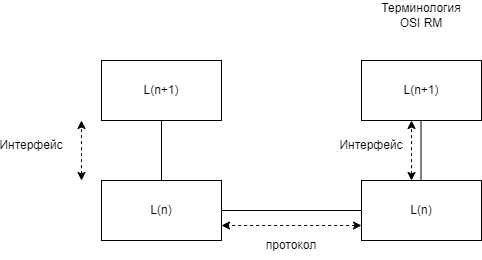
The draw.io diagram seti_protocol.png in ksinph/PSTU_LABS_2023, before a commit. Source tidied: cells renumbered, new cells last; positions are measured from the earlier drawing's top-left corner, leaving out a move shared by most shapes. The source it was exported from:
```xml
<mxGraphModel>
  <root>
    <mxCell id="0" />
    <mxCell id="1" parent="0" />
    <mxCell id="2" value="L(n+1)" style="rounded=0;whiteSpace=wrap;html=1;" parent="1" vertex="1">
      <mxGeometry x="100" y="60" width="120" height="60" as="geometry" />
    </mxCell>
    <mxCell id="3" value="L(n+1)" style="rounded=0;whiteSpace=wrap;html=1;" parent="1" vertex="1">
      <mxGeometry x="360" y="60" width="120" height="60" as="geometry" />
    </mxCell>
    <mxCell id="4" value="L(n)" style="rounded=0;whiteSpace=wrap;html=1;" parent="1" vertex="1">
      <mxGeometry x="100" y="180" width="120" height="60" as="geometry" />
    </mxCell>
    <mxCell id="5" value="L(n)" style="rounded=0;whiteSpace=wrap;html=1;" parent="1" vertex="1">
      <mxGeometry x="360" y="180" width="120" height="60" as="geometry" />
    </mxCell>
    <mxCell id="6" style="endArrow=none;html=1;rounded=0;entryX=0.5;entryY=1;entryDx=0;entryDy=0;exitX=0.5;exitY=0;exitDx=0;exitDy=0;" parent="1" edge="1" source="4" target="2">
      <mxGeometry relative="1" as="geometry" />
    </mxCell>
    <mxCell id="7" style="endArrow=none;html=1;rounded=0;entryX=0.5;entryY=1;entryDx=0;entryDy=0;exitX=0.5;exitY=0;exitDx=0;exitDy=0;" parent="1" edge="1">
      <mxGeometry relative="1" as="geometry">
        <mxPoint x="419.5" y="180" as="sourcePoint" />
        <mxPoint x="419.5" y="120" as="targetPoint" />
      </mxGeometry>
    </mxCell>
    <mxCell id="8" style="endArrow=none;html=1;rounded=0;entryX=1;entryY=0.5;entryDx=0;entryDy=0;exitX=0;exitY=0.5;exitDx=0;exitDy=0;" parent="1" edge="1" source="5" target="4">
      <mxGeometry relative="1" as="geometry" />
    </mxCell>
    <mxCell id="9" style="endArrow=classic;startArrow=classic;html=1;rounded=0;dashed=1;" parent="1" edge="1">
      <mxGeometry relative="1" as="geometry">
        <mxPoint x="80" y="180" as="sourcePoint" />
        <mxPoint x="80" y="120" as="targetPoint" />
      </mxGeometry>
    </mxCell>
    <mxCell id="10" style="endArrow=classic;startArrow=classic;html=1;rounded=0;entryX=1;entryY=0.75;entryDx=0;entryDy=0;exitX=0;exitY=0.75;exitDx=0;exitDy=0;dashed=1;" parent="1" edge="1" source="5" target="4">
      <mxGeometry relative="1" as="geometry" />
    </mxCell>
    <mxCell id="11" value="Интерфейс" style="text;html=1;align=center;verticalAlign=middle;whiteSpace=wrap;rounded=0;" parent="1" vertex="1">
      <mxGeometry y="130" width="60" height="30" as="geometry" />
    </mxCell>
    <mxCell id="12" value="Интерфейс" style="text;html=1;align=center;verticalAlign=middle;whiteSpace=wrap;rounded=0;" parent="1" vertex="1">
      <mxGeometry x="340" y="130" width="60" height="30" as="geometry" />
    </mxCell>
    <mxCell id="13" value="протокол" style="text;html=1;align=center;verticalAlign=middle;whiteSpace=wrap;rounded=0;" parent="1" vertex="1">
      <mxGeometry x="260" y="230" width="60" height="30" as="geometry" />
    </mxCell>
    <mxCell id="14" value="Терминология OSI RM" style="text;html=1;align=center;verticalAlign=middle;whiteSpace=wrap;rounded=0;" parent="1" vertex="1">
      <mxGeometry x="390" width="60" height="30" as="geometry" />
    </mxCell>
    <mxCell id="15" style="endArrow=classic;startArrow=classic;html=1;rounded=0;dashed=1;" parent="1" edge="1">
      <mxGeometry relative="1" as="geometry">
        <mxPoint x="410" y="180" as="sourcePoint" />
        <mxPoint x="410" y="120" as="targetPoint" />
      </mxGeometry>
    </mxCell>
  </root>
</mxGraphModel>
```
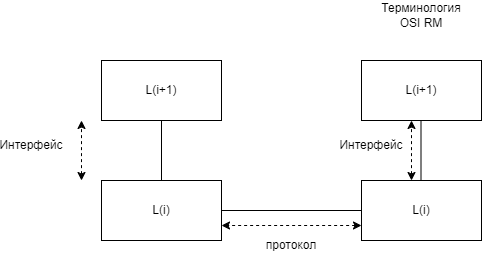
The same diagram one commit later.

The edit, as a diff of the source:
```diff
@@ -2,16 +2,16 @@
   <root>
     <mxCell id="0" />
     <mxCell id="1" parent="0" />
-    <mxCell id="2" value="L(n+1)" style="rounded=0;whiteSpace=wrap;html=1;" parent="1" vertex="1">
+    <mxCell id="2" value="L(i+1)" style="rounded=0;whiteSpace=wrap;html=1;" parent="1" vertex="1">
       <mxGeometry x="100" y="60" width="120" height="60" as="geometry" />
     </mxCell>
-    <mxCell id="3" value="L(n+1)" style="rounded=0;whiteSpace=wrap;html=1;" parent="1" vertex="1">
+    <mxCell id="3" value="L(i+1)" style="rounded=0;whiteSpace=wrap;html=1;" parent="1" vertex="1">
       <mxGeometry x="360" y="60" width="120" height="60" as="geometry" />
     </mxCell>
-    <mxCell id="4" value="L(n)" style="rounded=0;whiteSpace=wrap;html=1;" parent="1" vertex="1">
+    <mxCell id="4" value="L(i)" style="rounded=0;whiteSpace=wrap;html=1;" parent="1" vertex="1">
       <mxGeometry x="100" y="180" width="120" height="60" as="geometry" />
     </mxCell>
-    <mxCell id="5" value="L(n)" style="rounded=0;whiteSpace=wrap;html=1;" parent="1" vertex="1">
+    <mxCell id="5" value="L(i)" style="rounded=0;whiteSpace=wrap;html=1;" parent="1" vertex="1">
       <mxGeometry x="360" y="180" width="120" height="60" as="geometry" />
     </mxCell>
     <mxCell id="6" style="endArrow=none;html=1;rounded=0;entryX=0.5;entryY=1;entryDx=0;entryDy=0;exitX=0.5;exitY=0;exitDx=0;exitDy=0;" parent="1" edge="1" source="4" target="2">
```
